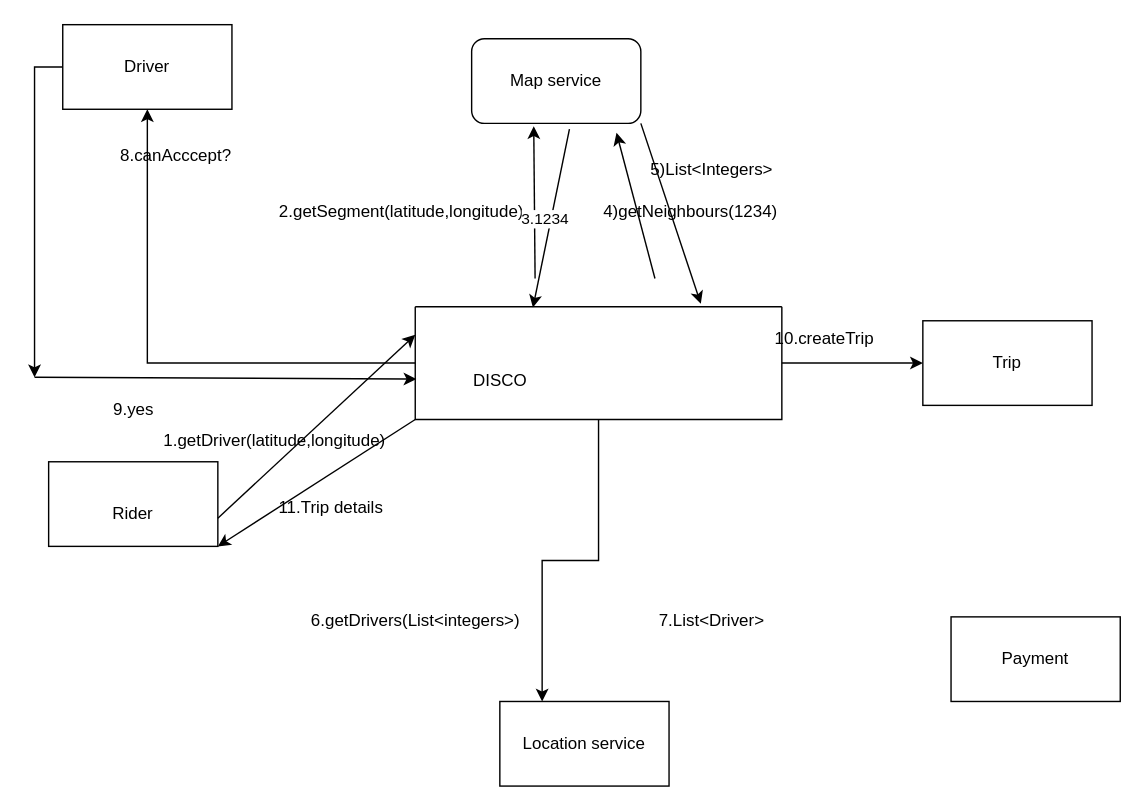
This is Untitled Diagram.drawio from vemarajusaikrishna/hld, a draw.io file, before an edit. Source tidied: cells renumbered, new cells numbered last; positions are measured from the earlier drawing's top-left corner, leaving out a move shared by most shapes. Both pictures are drawn from the tidied source at 141%, with x=0, y=0 at pixel (34, 24).
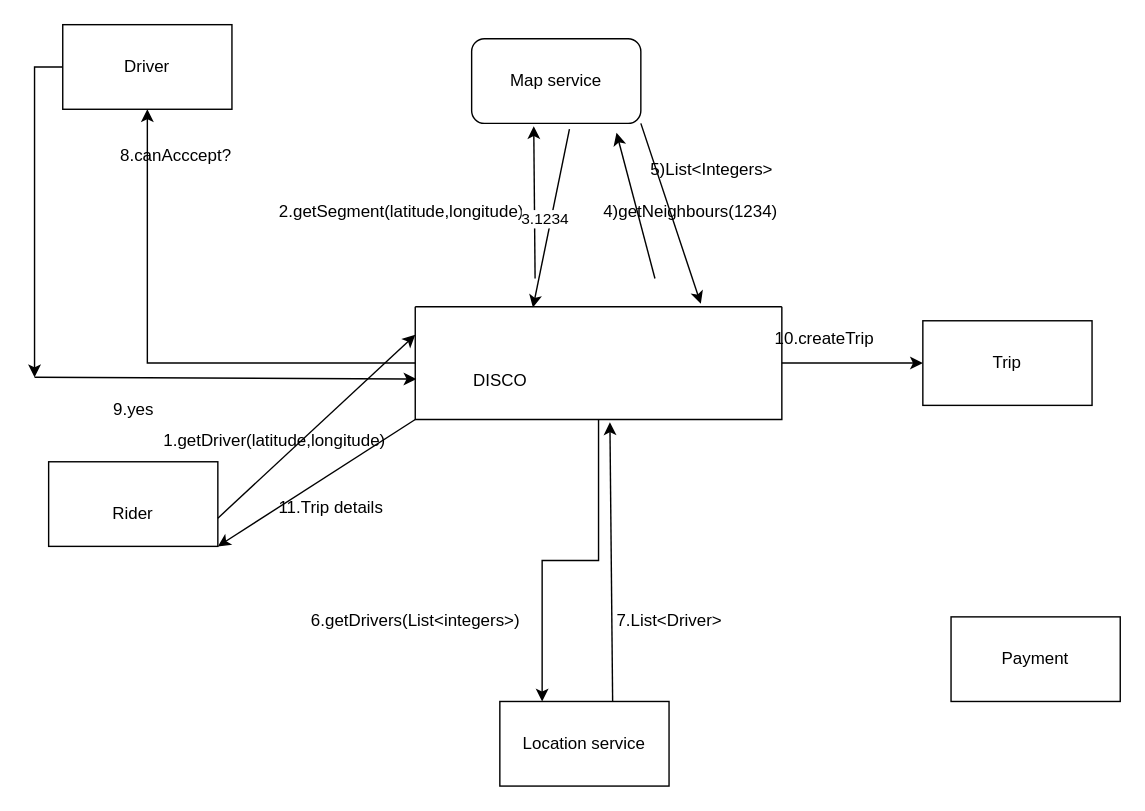
After the change.

Unchanged cells that the change refers to:
```xml
<mxCell id="8" style="swimlane;startSize=0;" parent="1" vertex="1">
  <mxGeometry x="270" y="200" width="260" height="80" as="geometry" />
</mxCell>
```

Change to the diagram source:
```diff
@@
     <mxCell id="25" value="7.List&amp;lt;Driver&amp;gt;" style="text;html=1;align=center;verticalAlign=middle;strokeColor=none;fillColor=none;" parent="1" vertex="1">
-      <mxGeometry x="430" y="408" width="100" height="30" as="geometry" />
+      <mxGeometry x="400" y="408" width="100" height="30" as="geometry" />
     </mxCell>
@@
+    <mxCell id="32" style="endArrow=classic;html=1;rounded=0;entryX=0.531;entryY=1.025;entryDx=0;entryDy=0;entryPerimeter=0;" parent="1" edge="1" target="8">
+      <mxGeometry relative="1" as="geometry">
+        <mxPoint x="410" y="480" as="sourcePoint" />
+      </mxGeometry>
+    </mxCell>
```
